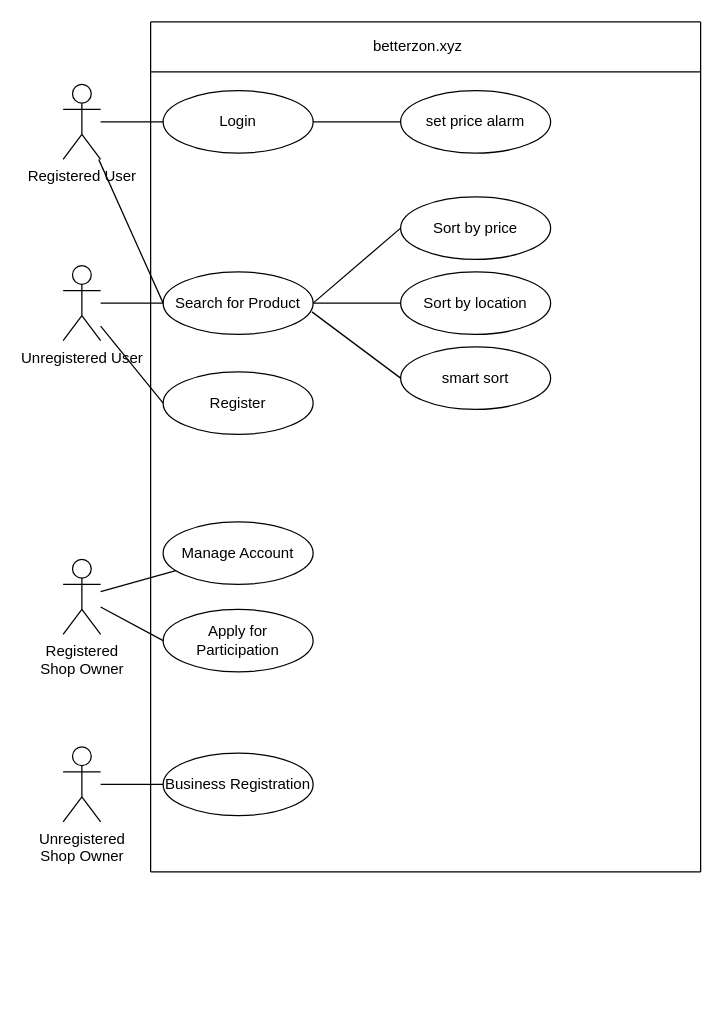
The draw.io diagram doku/use-case-betterzon.drawio in Mueller-Patrick/Betterzon, before the edit. Source tidied: cells renumbered, new cells numbered last; positions are measured from the earlier drawing's top-left corner, leaving out a move shared by most shapes. Both pictures are drawn from the tidied source at 125%, with x=0, y=0 at pixel (62, 21).
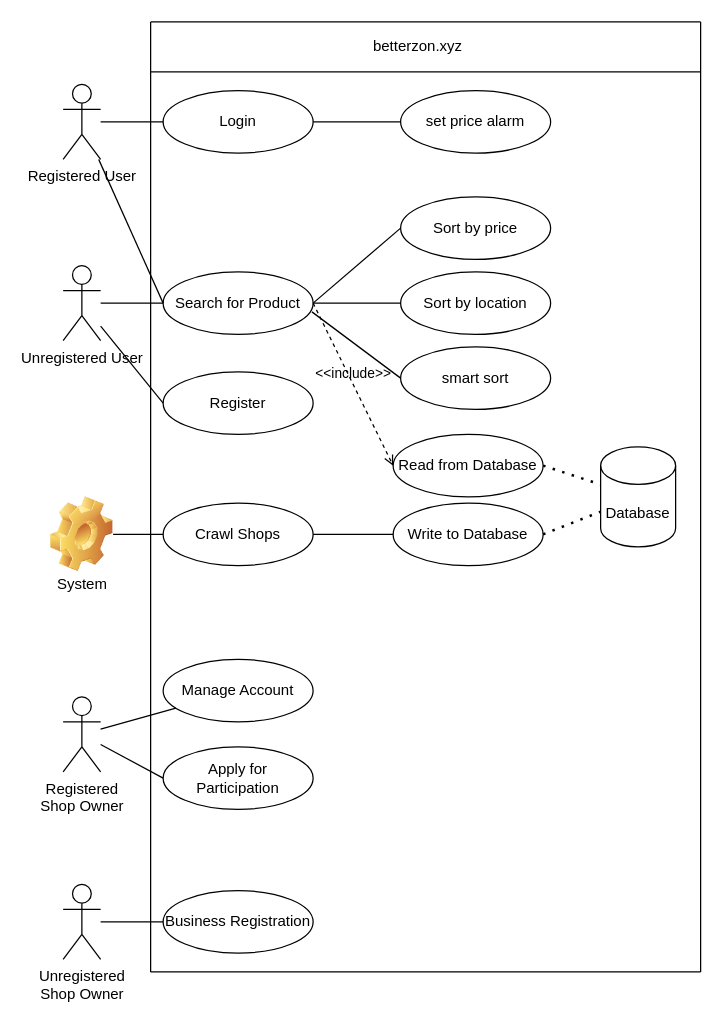
Above is the later version.

Unchanged cells that the change refers to:
```xml
<mxCell id="7" value="Search for Product" style="ellipse;whiteSpace=wrap;html=1;" parent="1" vertex="1">
  <mxGeometry x="80" y="200" width="120" height="50" as="geometry" />
</mxCell>
```

Diff of the diagram source:
```diff
@@
     <mxCell id="4" style="endArrow=none;html=1;" parent="1" edge="1">
       <mxGeometry relative="1" as="geometry">
-        <mxPoint x="70" y="680" as="sourcePoint" />
+        <mxPoint x="70" y="760" as="sourcePoint" />
         <mxPoint x="70" as="targetPoint" />
       </mxGeometry>
     </mxCell>
     <mxCell id="5" style="endArrow=none;html=1;" parent="1" edge="1">
       <mxGeometry relative="1" as="geometry">
-        <mxPoint x="510" y="680" as="sourcePoint" />
+        <mxPoint x="510" y="760" as="sourcePoint" />
         <mxPoint x="510" as="targetPoint" />
       </mxGeometry>
     </mxCell>
     <mxCell id="6" style="endArrow=none;html=1;" parent="1" edge="1">
       <mxGeometry relative="1" as="geometry">
-        <mxPoint x="70" y="680" as="sourcePoint" />
-        <mxPoint x="510" y="680" as="targetPoint" />
+        <mxPoint x="70" y="760" as="sourcePoint" />
+        <mxPoint x="510" y="760" as="targetPoint" />
       </mxGeometry>
     </mxCell>
@@
     <mxCell id="11" value="Unregistered &lt;br&gt;Shop Owner" style="shape=umlActor;verticalLabelPosition=bottom;verticalAlign=top;html=1;outlineConnect=0;" parent="1" vertex="1">
-      <mxGeometry y="580" width="30" height="60" as="geometry" />
+      <mxGeometry y="690" width="30" height="60" as="geometry" />
     </mxCell>
@@
     <mxCell id="16" value="Business Registration" style="ellipse;whiteSpace=wrap;html=1;" parent="1" vertex="1">
-      <mxGeometry x="80" y="585" width="120" height="50" as="geometry" />
+      <mxGeometry x="80" y="695" width="120" height="50" as="geometry" />
     </mxCell>
@@
     <mxCell id="28" value="Registered &lt;br&gt;Shop Owner" style="shape=umlActor;verticalLabelPosition=bottom;verticalAlign=top;html=1;outlineConnect=0;" parent="1" vertex="1">
-      <mxGeometry y="430" width="30" height="60" as="geometry" />
+      <mxGeometry y="540" width="30" height="60" as="geometry" />
     </mxCell>
     <mxCell id="29" value="Manage Account" style="ellipse;whiteSpace=wrap;html=1;" parent="1" vertex="1">
-      <mxGeometry x="80" y="400" width="120" height="50" as="geometry" />
+      <mxGeometry x="80" y="510" width="120" height="50" as="geometry" />
     </mxCell>
     <mxCell id="30" value="Apply for &lt;br&gt;Participation" style="ellipse;whiteSpace=wrap;html=1;" parent="1" vertex="1">
-      <mxGeometry x="80" y="470" width="120" height="50" as="geometry" />
+      <mxGeometry x="80" y="580" width="120" height="50" as="geometry" />
     </mxCell>
@@
+    <mxCell id="33" style="shape=image;html=1;verticalLabelPosition=bottom;verticalAlign=top;imageAspect=0;image=img/clipart/Gear_128x128.png;" parent="1" vertex="1">
+      <mxGeometry x="-10" y="380" width="50" height="60" as="geometry" />
+    </mxCell>
+    <mxCell id="34" value="System" style="text;html=1;align=center;verticalAlign=middle;" parent="1" vertex="1">
+      <mxGeometry x="-15" y="440" width="60" height="20" as="geometry" />
+    </mxCell>
+    <mxCell id="35" value="Crawl Shops" style="ellipse;whiteSpace=wrap;html=1;" parent="1" vertex="1">
+      <mxGeometry x="80" y="385" width="120" height="50" as="geometry" />
+    </mxCell>
+    <mxCell id="36" style="endArrow=none;html=1;entryX=0;entryY=0.5;entryDx=0;entryDy=0;" parent="1" edge="1" source="33" target="35">
+      <mxGeometry relative="1" as="geometry" />
+    </mxCell>
+    <mxCell id="37" value="Write to Database" style="ellipse;whiteSpace=wrap;html=1;" parent="1" vertex="1">
+      <mxGeometry x="264" y="385" width="120" height="50" as="geometry" />
+    </mxCell>
+    <mxCell id="38" style="endArrow=none;html=1;exitX=1;exitY=0.5;exitDx=0;exitDy=0;" parent="1" edge="1" source="35" target="37">
+      <mxGeometry relative="1" as="geometry" />
+    </mxCell>
+    <mxCell id="39" value="Database" style="shape=cylinder3;whiteSpace=wrap;html=1;boundedLbl=1;backgroundOutline=1;size=15;" parent="1" vertex="1">
+      <mxGeometry x="430" y="340" width="60" height="80" as="geometry" />
+    </mxCell>
+    <mxCell id="40" value="Read from Database" style="ellipse;whiteSpace=wrap;html=1;" parent="1" vertex="1">
+      <mxGeometry x="264" y="330" width="120" height="50" as="geometry" />
+    </mxCell>
+    <mxCell id="41" style="endArrow=none;dashed=1;html=1;dashPattern=1 3;strokeWidth=2;exitX=1;exitY=0.5;exitDx=0;exitDy=0;" parent="1" edge="1" source="40" target="39">
+      <mxGeometry relative="1" as="geometry" />
+    </mxCell>
+    <mxCell id="42" style="endArrow=none;dashed=1;html=1;dashPattern=1 3;strokeWidth=2;exitX=1;exitY=0.5;exitDx=0;exitDy=0;" parent="1" edge="1" source="37" target="39">
+      <mxGeometry relative="1" as="geometry" />
+    </mxCell>
+    <mxCell id="43" value="&amp;lt;&amp;lt;include&amp;gt;&amp;gt;" style="edgeStyle=none;html=1;endArrow=open;verticalAlign=bottom;dashed=1;labelBackgroundColor=none;exitX=1;exitY=0.5;exitDx=0;exitDy=0;entryX=0;entryY=0.5;entryDx=0;entryDy=0;" parent="1" edge="1" source="7" target="40">
+      <mxGeometry relative="1" as="geometry" />
+    </mxCell>
```
